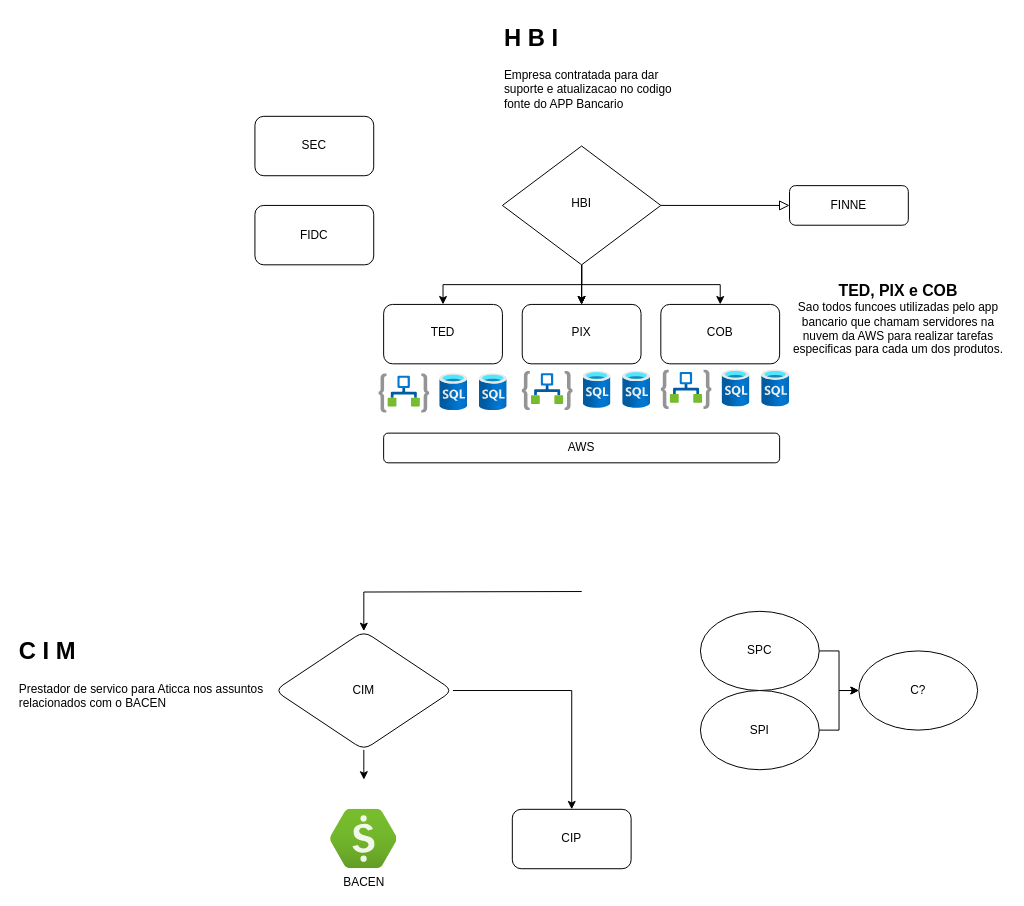
Before: AtccDiagrama.drawio in gcordano/codignatoratk, a draw.io diagram. Source tidied: cells renumbered, new cells numbered last; positions are measured from the earlier drawing's top-left corner, leaving out a move shared by most shapes. Both pictures are drawn from the tidied source at 99%, with x=0, y=0 at pixel (17, 17).
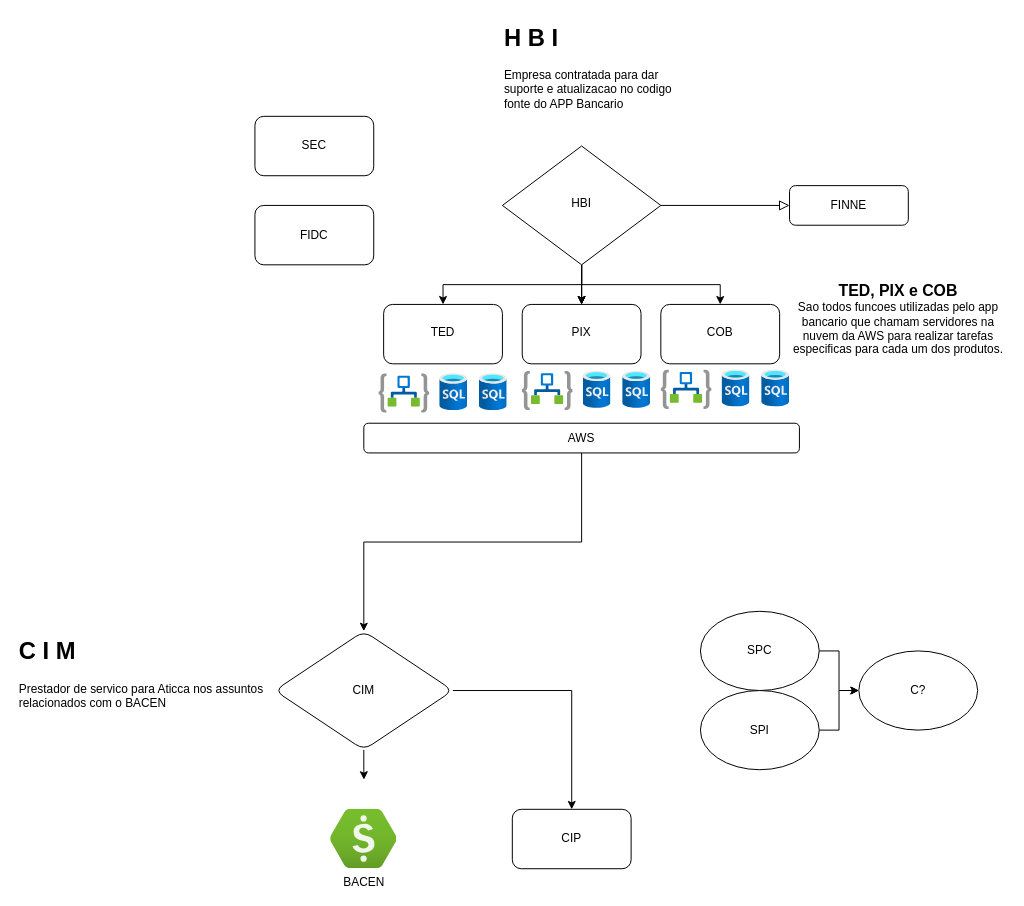
Above is the later version.

Unchanged cells that the change refers to:
```xml
<mxCell id="19" value="CIM" style="rhombus;whiteSpace=wrap;html=1;rounded=1;" parent="1" vertex="1">
  <mxGeometry x="260" y="620" width="180" height="120" as="geometry" />
</mxCell>
```

The edit, as a diff of the source:
```diff
@@
-    <mxCell id="15" style="edgeStyle=orthogonalEdgeStyle;rounded=0;jettySize=auto;html=1;" parent="1" edge="1" target="19">
-      <mxGeometry relative="1" as="geometry">
-        <mxPoint x="570.1" y="580" as="sourcePoint" />
-      </mxGeometry>
+    <mxCell id="15" style="edgeStyle=orthogonalEdgeStyle;rounded=0;jettySize=auto;html=1;exitX=0.5;exitY=1;exitDx=0;exitDy=0;" parent="1" edge="1" source="16" target="19">
+      <mxGeometry relative="1" as="geometry" />
     </mxCell>
     <mxCell id="16" value="AWS" style="rounded=1;whiteSpace=wrap;html=1;" parent="1" vertex="1">
-      <mxGeometry x="370" y="420" width="400" height="30" as="geometry" />
+      <mxGeometry x="350" y="410" width="440" height="30" as="geometry" />
     </mxCell>
```
